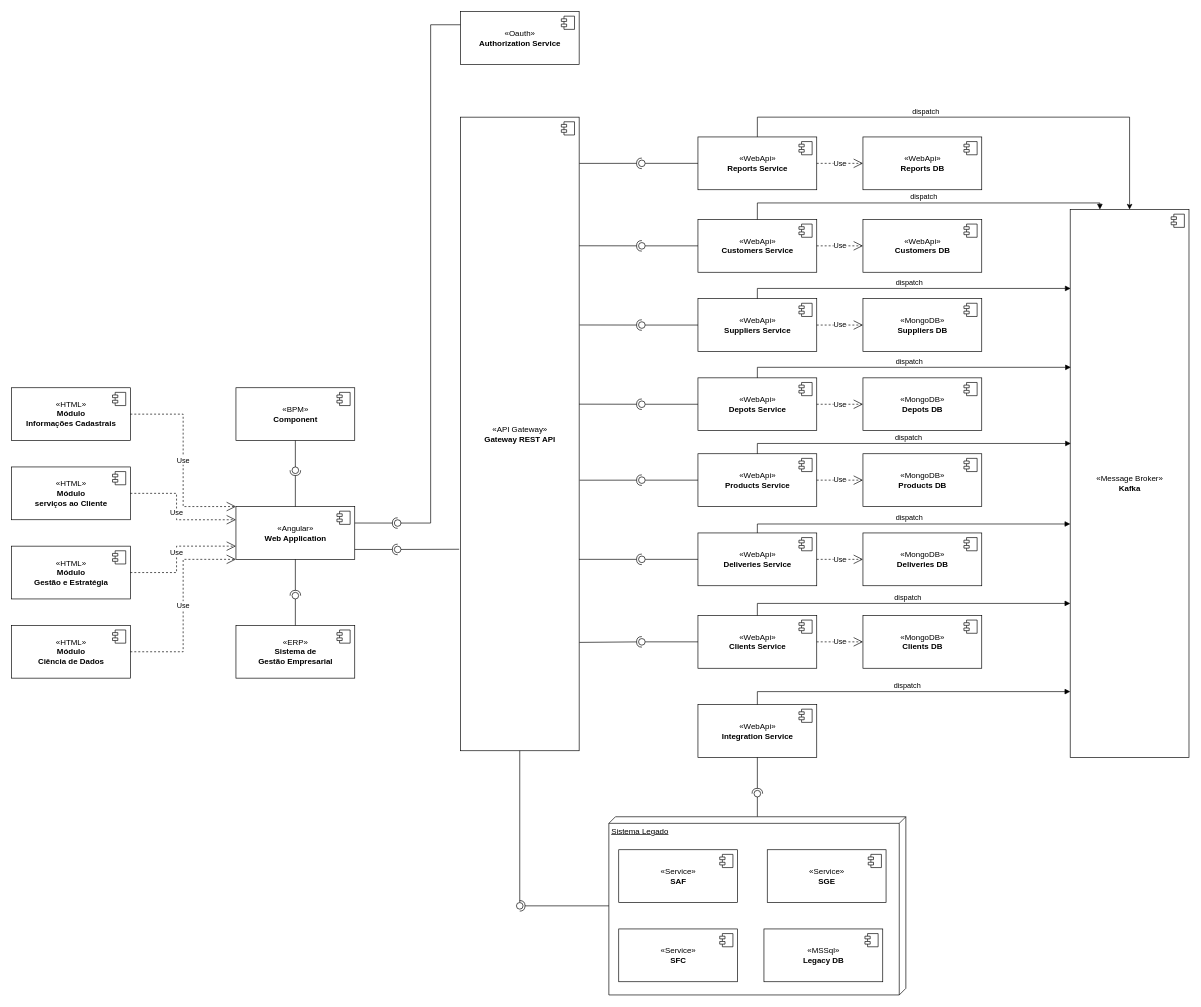
Before: project/diagrams/component-diagrams/system-components.drawio in bitols/logistics-services-management, a draw.io diagram. Source tidied: cells renumbered, new cells numbered last; positions are measured from the earlier drawing's top-left corner, leaving out a move shared by most shapes. Both pictures are drawn from the tidied source at 66%, with x=0, y=0 at pixel (11, 11).
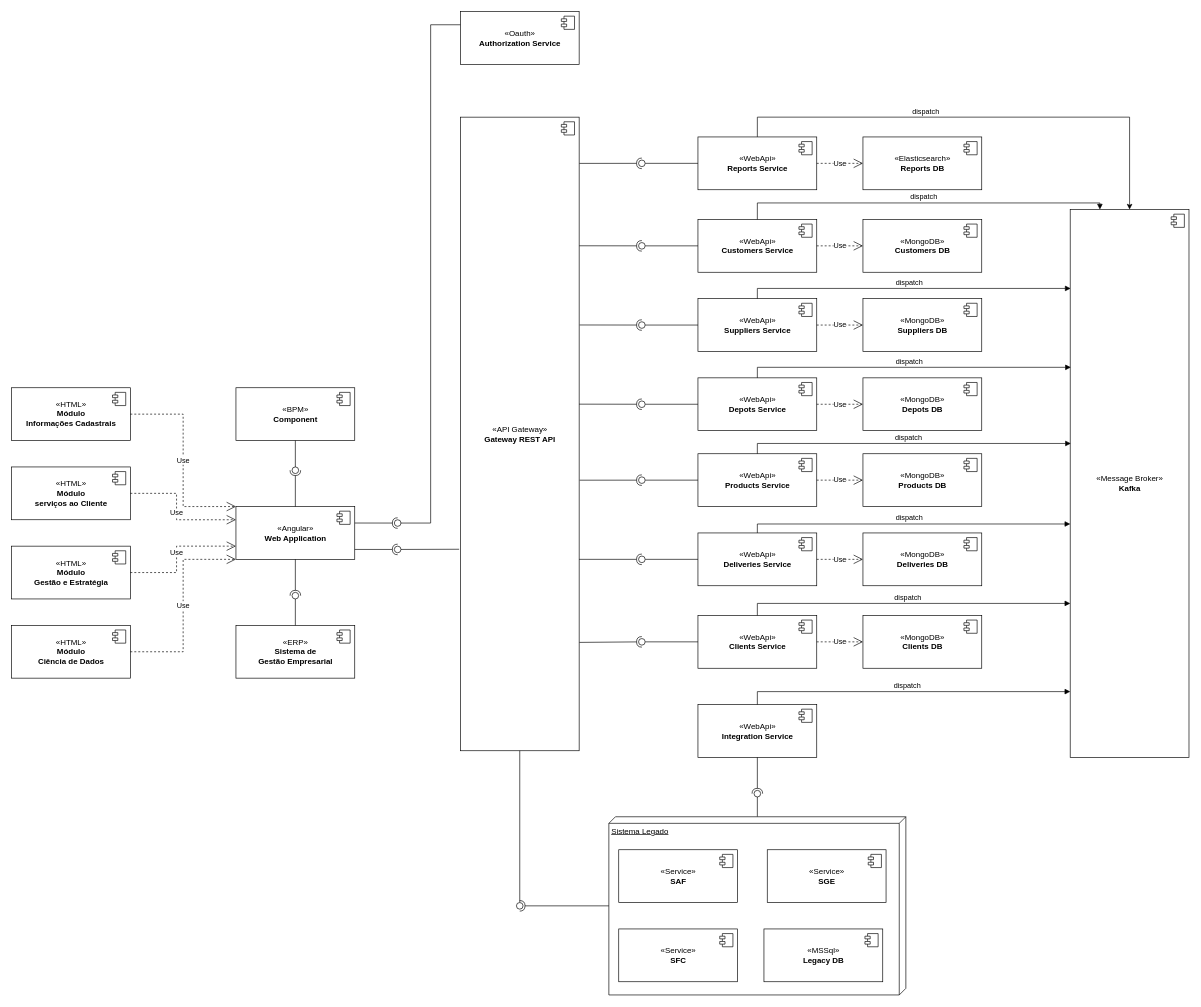
The same page after the edit.

Commit message (it also covers changes not shown here):
ajuste diagrama de componentes

Diff of the diagram source:
```diff
@@
-    <mxCell id="72" value="«WebApi»&lt;br&gt;&lt;b&gt;Customers DB&lt;/b&gt;" style="html=1;" parent="1" vertex="1">
+    <mxCell id="72" value="«MongoDB»&lt;br&gt;&lt;b&gt;Customers DB&lt;/b&gt;" style="html=1;" parent="1" vertex="1">
       <mxGeometry x="1290" y="315" width="180" height="80" as="geometry" />
     </mxCell>
@@
-    <mxCell id="109" value="«WebApi»&lt;br&gt;&lt;b&gt;Reports DB&lt;/b&gt;" style="html=1;" parent="1" vertex="1">
+    <mxCell id="109" value="«Elasticsearch»&lt;br&gt;&lt;b&gt;Reports DB&lt;/b&gt;" style="html=1;" parent="1" vertex="1">
       <mxGeometry x="1290" y="190" width="180" height="80" as="geometry" />
     </mxCell>
```
